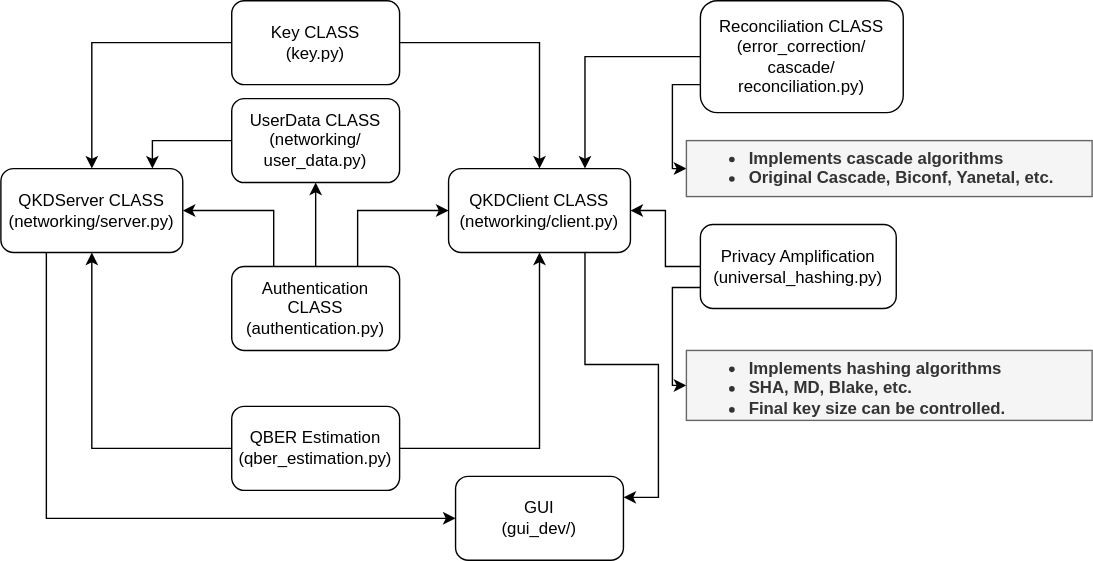
Earlier version of the draw.io export flowcharts/software_classes.svg (timedilatesme/posproc). Source tidied: cells renumbered, new cells last; positions are measured from the earlier drawing's top-left corner, leaving out a move shared by most shapes.
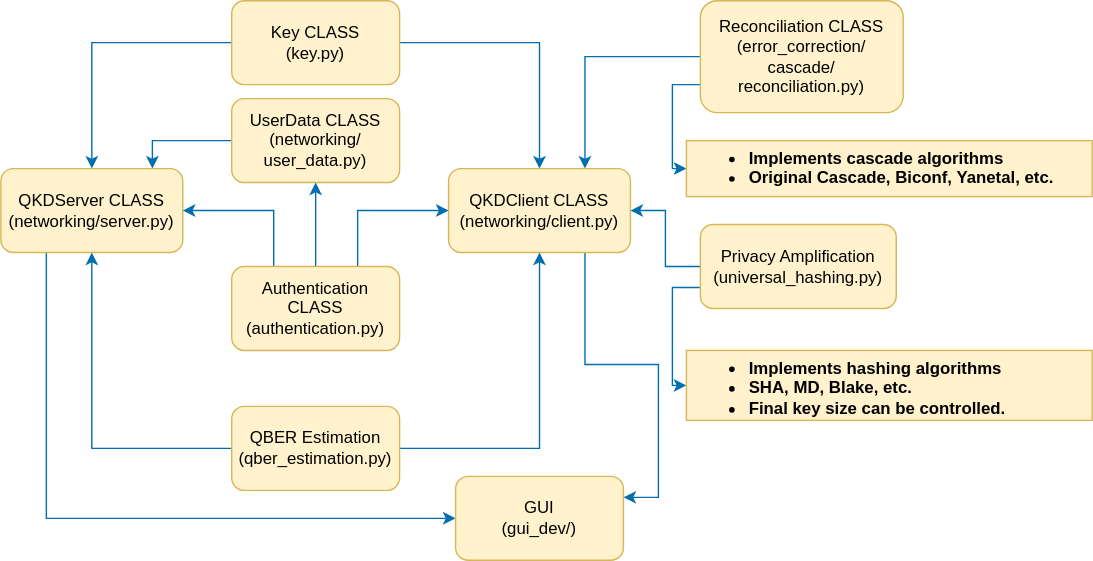
Above is the later version.

The edit, as a diff of the source:
```diff
@@ -2,79 +2,79 @@
   <root>
     <mxCell id="0" />
     <mxCell id="1" parent="0" />
-    <mxCell id="2" style="edgeStyle=orthogonalEdgeStyle;rounded=0;jettySize=auto;html=1;exitX=0.25;exitY=1;exitDx=0;exitDy=0;entryX=0;entryY=0.5;entryDx=0;entryDy=0;fontFamily=Helvetica;" parent="1" edge="1" source="3" target="26">
+    <mxCell id="2" style="edgeStyle=orthogonalEdgeStyle;rounded=0;jettySize=auto;html=1;exitX=0.25;exitY=1;exitDx=0;exitDy=0;entryX=0;entryY=0.5;entryDx=0;entryDy=0;fontFamily=Helvetica;fillColor=#1ba1e2;strokeColor=#006EAF;" parent="1" edge="1" source="3" target="26">
       <mxGeometry relative="1" as="geometry" />
     </mxCell>
-    <mxCell id="3" value="QKDServer CLASS&lt;br&gt;(networking/server.py)" style="rounded=1;whiteSpace=wrap;html=1;fontFamily=Helvetica;" parent="1" vertex="1">
+    <mxCell id="3" value="QKDServer CLASS&lt;br&gt;(networking/server.py)" style="rounded=1;whiteSpace=wrap;html=1;fontFamily=Helvetica;fillColor=#fff2cc;strokeColor=#d6b656;" parent="1" vertex="1">
       <mxGeometry y="120" width="130" height="60" as="geometry" />
     </mxCell>
-    <mxCell id="4" style="edgeStyle=orthogonalEdgeStyle;rounded=0;jettySize=auto;html=1;exitX=0.75;exitY=1;exitDx=0;exitDy=0;entryX=1;entryY=0.25;entryDx=0;entryDy=0;fontFamily=Helvetica;" parent="1" edge="1" source="5" target="26">
+    <mxCell id="4" style="edgeStyle=orthogonalEdgeStyle;rounded=0;jettySize=auto;html=1;exitX=0.75;exitY=1;exitDx=0;exitDy=0;entryX=1;entryY=0.25;entryDx=0;entryDy=0;fontFamily=Helvetica;fillColor=#1ba1e2;strokeColor=#006EAF;" parent="1" edge="1" source="5" target="26">
       <mxGeometry relative="1" as="geometry" />
     </mxCell>
-    <mxCell id="5" value="QKDClient CLASS&lt;br&gt;(networking/client.py)" style="rounded=1;whiteSpace=wrap;html=1;fontFamily=Helvetica;" parent="1" vertex="1">
+    <mxCell id="5" value="QKDClient CLASS&lt;br&gt;(networking/client.py)" style="rounded=1;whiteSpace=wrap;html=1;fontFamily=Helvetica;fillColor=#fff2cc;strokeColor=#d6b656;" parent="1" vertex="1">
       <mxGeometry x="320" y="120" width="130" height="60" as="geometry" />
     </mxCell>
-    <mxCell id="6" style="edgeStyle=orthogonalEdgeStyle;rounded=0;jettySize=auto;html=1;entryX=0.833;entryY=0;entryDx=0;entryDy=0;entryPerimeter=0;fontFamily=Helvetica;" parent="1" edge="1" source="7" target="3">
+    <mxCell id="6" style="edgeStyle=orthogonalEdgeStyle;rounded=0;jettySize=auto;html=1;entryX=0.833;entryY=0;entryDx=0;entryDy=0;entryPerimeter=0;fontFamily=Helvetica;fillColor=#1ba1e2;strokeColor=#006EAF;" parent="1" edge="1" source="7" target="3">
       <mxGeometry relative="1" as="geometry" />
     </mxCell>
-    <mxCell id="7" value="UserData CLASS&lt;br&gt;(networking/&lt;br&gt;user_data.py)" style="rounded=1;whiteSpace=wrap;html=1;fontFamily=Helvetica;" parent="1" vertex="1">
+    <mxCell id="7" value="UserData CLASS&lt;br&gt;(networking/&lt;br&gt;user_data.py)" style="rounded=1;whiteSpace=wrap;html=1;fontFamily=Helvetica;fillColor=#fff2cc;strokeColor=#d6b656;" parent="1" vertex="1">
       <mxGeometry x="165" y="70" width="120" height="60" as="geometry" />
     </mxCell>
-    <mxCell id="8" style="edgeStyle=orthogonalEdgeStyle;rounded=0;jettySize=auto;html=1;fontFamily=Helvetica;" parent="1" edge="1" source="10" target="3">
+    <mxCell id="8" style="edgeStyle=orthogonalEdgeStyle;rounded=0;jettySize=auto;html=1;fontFamily=Helvetica;fillColor=#1ba1e2;strokeColor=#006EAF;" parent="1" edge="1" source="10" target="3">
       <mxGeometry relative="1" as="geometry" />
     </mxCell>
-    <mxCell id="9" style="edgeStyle=orthogonalEdgeStyle;rounded=0;jettySize=auto;html=1;entryX=0.5;entryY=0;entryDx=0;entryDy=0;fontFamily=Helvetica;" parent="1" edge="1" source="10" target="5">
+    <mxCell id="9" style="edgeStyle=orthogonalEdgeStyle;rounded=0;jettySize=auto;html=1;entryX=0.5;entryY=0;entryDx=0;entryDy=0;fontFamily=Helvetica;fillColor=#1ba1e2;strokeColor=#006EAF;" parent="1" edge="1" source="10" target="5">
       <mxGeometry relative="1" as="geometry" />
     </mxCell>
-    <mxCell id="10" value="Key CLASS&lt;br&gt;(key.py)" style="rounded=1;whiteSpace=wrap;html=1;fontFamily=Helvetica;" parent="1" vertex="1">
+    <mxCell id="10" value="Key CLASS&lt;br&gt;(key.py)" style="rounded=1;whiteSpace=wrap;html=1;fontFamily=Helvetica;fillColor=#fff2cc;strokeColor=#d6b656;" parent="1" vertex="1">
       <mxGeometry x="165" width="120" height="60" as="geometry" />
     </mxCell>
-    <mxCell id="11" style="edgeStyle=orthogonalEdgeStyle;rounded=0;jettySize=auto;html=1;fontFamily=Helvetica;" parent="1" edge="1" source="14" target="7">
+    <mxCell id="11" style="edgeStyle=orthogonalEdgeStyle;rounded=0;jettySize=auto;html=1;fontFamily=Helvetica;fillColor=#1ba1e2;strokeColor=#006EAF;" parent="1" edge="1" source="14" target="7">
       <mxGeometry relative="1" as="geometry" />
     </mxCell>
-    <mxCell id="12" style="edgeStyle=orthogonalEdgeStyle;rounded=0;jettySize=auto;html=1;exitX=0.25;exitY=0;exitDx=0;exitDy=0;entryX=1;entryY=0.5;entryDx=0;entryDy=0;fontFamily=Helvetica;" parent="1" edge="1" source="14" target="3">
+    <mxCell id="12" style="edgeStyle=orthogonalEdgeStyle;rounded=0;jettySize=auto;html=1;exitX=0.25;exitY=0;exitDx=0;exitDy=0;entryX=1;entryY=0.5;entryDx=0;entryDy=0;fontFamily=Helvetica;fillColor=#1ba1e2;strokeColor=#006EAF;" parent="1" edge="1" source="14" target="3">
       <mxGeometry relative="1" as="geometry" />
     </mxCell>
-    <mxCell id="13" style="edgeStyle=orthogonalEdgeStyle;rounded=0;jettySize=auto;html=1;exitX=0.75;exitY=0;exitDx=0;exitDy=0;entryX=0;entryY=0.5;entryDx=0;entryDy=0;fontFamily=Helvetica;" parent="1" edge="1" source="14" target="5">
+    <mxCell id="13" style="edgeStyle=orthogonalEdgeStyle;rounded=0;jettySize=auto;html=1;exitX=0.75;exitY=0;exitDx=0;exitDy=0;entryX=0;entryY=0.5;entryDx=0;entryDy=0;fontFamily=Helvetica;fillColor=#1ba1e2;strokeColor=#006EAF;" parent="1" edge="1" source="14" target="5">
       <mxGeometry relative="1" as="geometry" />
     </mxCell>
-    <mxCell id="14" value="Authentication CLASS&lt;br&gt;(authentication.py)" style="rounded=1;whiteSpace=wrap;html=1;fontFamily=Helvetica;" parent="1" vertex="1">
+    <mxCell id="14" value="Authentication CLASS&lt;br&gt;(authentication.py)" style="rounded=1;whiteSpace=wrap;html=1;fontFamily=Helvetica;fillColor=#fff2cc;strokeColor=#d6b656;" parent="1" vertex="1">
       <mxGeometry x="165" y="190" width="120" height="60" as="geometry" />
     </mxCell>
-    <mxCell id="15" style="edgeStyle=orthogonalEdgeStyle;rounded=0;jettySize=auto;html=1;entryX=0.75;entryY=0;entryDx=0;entryDy=0;fontFamily=Helvetica;" parent="1" edge="1" source="17" target="5">
+    <mxCell id="15" style="edgeStyle=orthogonalEdgeStyle;rounded=0;jettySize=auto;html=1;entryX=0.75;entryY=0;entryDx=0;entryDy=0;fontFamily=Helvetica;fillColor=#1ba1e2;strokeColor=#006EAF;" parent="1" edge="1" source="17" target="5">
       <mxGeometry relative="1" as="geometry" />
     </mxCell>
-    <mxCell id="16" style="edgeStyle=orthogonalEdgeStyle;rounded=0;jettySize=auto;html=1;exitX=0;exitY=0.75;exitDx=0;exitDy=0;entryX=0;entryY=0.5;entryDx=0;entryDy=0;fontSize=12;fontFamily=Helvetica;" parent="1" edge="1" source="17" target="18">
+    <mxCell id="16" style="edgeStyle=orthogonalEdgeStyle;rounded=0;jettySize=auto;html=1;exitX=0;exitY=0.75;exitDx=0;exitDy=0;entryX=0;entryY=0.5;entryDx=0;entryDy=0;fontSize=12;fontFamily=Helvetica;fillColor=#1ba1e2;strokeColor=#006EAF;" parent="1" edge="1" source="17" target="18">
       <mxGeometry relative="1" as="geometry" />
     </mxCell>
-    <mxCell id="17" value="Reconciliation CLASS&lt;br&gt;(error_correction/&lt;br&gt;cascade/&lt;br&gt;reconciliation.py)" style="rounded=1;whiteSpace=wrap;html=1;fontFamily=Helvetica;" parent="1" vertex="1">
+    <mxCell id="17" value="Reconciliation CLASS&lt;br&gt;(error_correction/&lt;br&gt;cascade/&lt;br&gt;reconciliation.py)" style="rounded=1;whiteSpace=wrap;html=1;fontFamily=Helvetica;fillColor=#fff2cc;strokeColor=#d6b656;" parent="1" vertex="1">
       <mxGeometry x="500" width="145" height="80" as="geometry" />
     </mxCell>
-    <mxCell id="18" value="&lt;h1&gt;&lt;ul style=&quot;font-size: 12px&quot;&gt;&lt;li&gt;Implements cascade algorithms&lt;/li&gt;&lt;li&gt;Original Cascade, Biconf, Yanetal, etc.&lt;/li&gt;&lt;/ul&gt;&lt;/h1&gt;" style="text;html=1;spacing=5;spacingTop=-20;whiteSpace=wrap;overflow=hidden;rounded=0;fillColor=#f5f5f5;fontColor=#333333;strokeColor=#666666;fontFamily=Helvetica;" parent="1" vertex="1">
+    <mxCell id="18" value="&lt;h1&gt;&lt;ul style=&quot;font-size: 12px&quot;&gt;&lt;li&gt;Implements cascade algorithms&lt;/li&gt;&lt;li&gt;Original Cascade, Biconf, Yanetal, etc.&lt;/li&gt;&lt;/ul&gt;&lt;/h1&gt;" style="text;html=1;spacing=5;spacingTop=-20;whiteSpace=wrap;overflow=hidden;rounded=0;fillColor=#fff2cc;strokeColor=#d6b656;fontFamily=Helvetica;" parent="1" vertex="1">
       <mxGeometry x="490" y="100" width="290" height="40" as="geometry" />
     </mxCell>
-    <mxCell id="19" style="edgeStyle=orthogonalEdgeStyle;rounded=0;jettySize=auto;html=1;entryX=1;entryY=0.5;entryDx=0;entryDy=0;fontSize=12;fontFamily=Helvetica;" parent="1" edge="1" source="21" target="5">
+    <mxCell id="19" style="edgeStyle=orthogonalEdgeStyle;rounded=0;jettySize=auto;html=1;entryX=1;entryY=0.5;entryDx=0;entryDy=0;fontSize=12;fontFamily=Helvetica;fillColor=#1ba1e2;strokeColor=#006EAF;" parent="1" edge="1" source="21" target="5">
       <mxGeometry relative="1" as="geometry" />
     </mxCell>
-    <mxCell id="20" style="edgeStyle=orthogonalEdgeStyle;rounded=0;jettySize=auto;html=1;exitX=0;exitY=0.75;exitDx=0;exitDy=0;entryX=0;entryY=0.5;entryDx=0;entryDy=0;fontSize=12;fontFamily=Helvetica;" parent="1" edge="1" source="21" target="22">
+    <mxCell id="20" style="edgeStyle=orthogonalEdgeStyle;rounded=0;jettySize=auto;html=1;exitX=0;exitY=0.75;exitDx=0;exitDy=0;entryX=0;entryY=0.5;entryDx=0;entryDy=0;fontSize=12;fontFamily=Helvetica;fillColor=#1ba1e2;strokeColor=#006EAF;" parent="1" edge="1" source="21" target="22">
       <mxGeometry relative="1" as="geometry" />
     </mxCell>
-    <mxCell id="21" value="Privacy Amplification&lt;br&gt;(universal_hashing.py)" style="rounded=1;whiteSpace=wrap;html=1;fontSize=12;fontFamily=Helvetica;" parent="1" vertex="1">
+    <mxCell id="21" value="Privacy Amplification&lt;br&gt;(universal_hashing.py)" style="rounded=1;whiteSpace=wrap;html=1;fontSize=12;fontFamily=Helvetica;fillColor=#fff2cc;strokeColor=#d6b656;" parent="1" vertex="1">
       <mxGeometry x="500" y="160" width="140" height="60" as="geometry" />
     </mxCell>
-    <mxCell id="22" value="&lt;h1&gt;&lt;ul style=&quot;font-size: 12px&quot;&gt;&lt;li&gt;Implements hashing algorithms&lt;/li&gt;&lt;li&gt;SHA, MD, Blake, etc.&lt;/li&gt;&lt;li&gt;Final key size can be controlled.&lt;/li&gt;&lt;/ul&gt;&lt;/h1&gt;" style="text;html=1;spacing=5;spacingTop=-20;whiteSpace=wrap;overflow=hidden;rounded=0;fillColor=#f5f5f5;fontColor=#333333;strokeColor=#666666;fontFamily=Helvetica;" parent="1" vertex="1">
+    <mxCell id="22" value="&lt;h1&gt;&lt;ul style=&quot;font-size: 12px&quot;&gt;&lt;li&gt;Implements hashing algorithms&lt;/li&gt;&lt;li&gt;SHA, MD, Blake, etc.&lt;/li&gt;&lt;li&gt;Final key size can be controlled.&lt;/li&gt;&lt;/ul&gt;&lt;/h1&gt;" style="text;html=1;spacing=5;spacingTop=-20;whiteSpace=wrap;overflow=hidden;rounded=0;fillColor=#fff2cc;strokeColor=#d6b656;fontFamily=Helvetica;" parent="1" vertex="1">
       <mxGeometry x="490" y="250" width="290" height="50" as="geometry" />
     </mxCell>
-    <mxCell id="23" style="edgeStyle=orthogonalEdgeStyle;rounded=0;jettySize=auto;html=1;fontFamily=Helvetica;" parent="1" edge="1" source="25" target="3">
+    <mxCell id="23" style="edgeStyle=orthogonalEdgeStyle;rounded=0;jettySize=auto;html=1;fontFamily=Helvetica;fillColor=#1ba1e2;strokeColor=#006EAF;" parent="1" edge="1" source="25" target="3">
       <mxGeometry relative="1" as="geometry" />
     </mxCell>
-    <mxCell id="24" style="edgeStyle=orthogonalEdgeStyle;rounded=0;jettySize=auto;html=1;fontFamily=Helvetica;" parent="1" edge="1" source="25" target="5">
+    <mxCell id="24" style="edgeStyle=orthogonalEdgeStyle;rounded=0;jettySize=auto;html=1;fontFamily=Helvetica;fillColor=#1ba1e2;strokeColor=#006EAF;" parent="1" edge="1" source="25" target="5">
       <mxGeometry relative="1" as="geometry" />
     </mxCell>
-    <mxCell id="25" value="QBER Estimation&lt;br&gt;(qber_estimation.py)" style="rounded=1;whiteSpace=wrap;html=1;fontFamily=Helvetica;" parent="1" vertex="1">
+    <mxCell id="25" value="QBER Estimation&lt;br&gt;(qber_estimation.py)" style="rounded=1;whiteSpace=wrap;html=1;fontFamily=Helvetica;fillColor=#fff2cc;strokeColor=#d6b656;" parent="1" vertex="1">
       <mxGeometry x="165" y="290" width="120" height="60" as="geometry" />
     </mxCell>
-    <mxCell id="26" value="GUI&lt;br&gt;(gui_dev/)" style="rounded=1;whiteSpace=wrap;html=1;fontFamily=Helvetica;" parent="1" vertex="1">
+    <mxCell id="26" value="GUI&lt;br&gt;(gui_dev/)" style="rounded=1;whiteSpace=wrap;html=1;fontFamily=Helvetica;fillColor=#fff2cc;strokeColor=#d6b656;" parent="1" vertex="1">
       <mxGeometry x="325" y="340" width="120" height="60" as="geometry" />
     </mxCell>
   </root>
```
